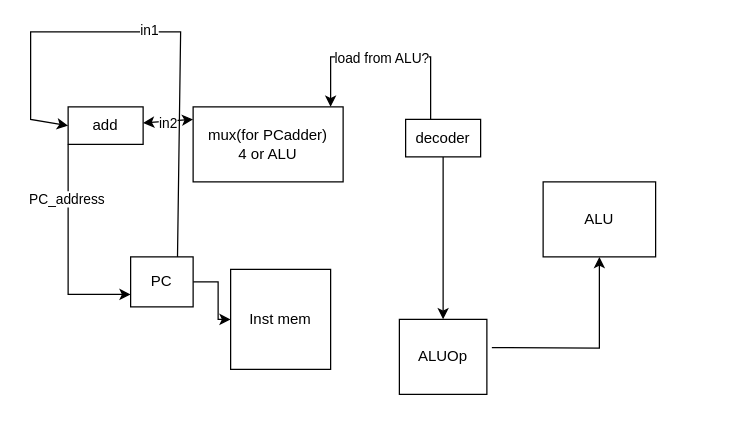
Earlier version of the draw.io diagram Others/ブロック線図.drawio (ShowyaTanaka/RISC-V_verilog). Source tidied: cells renumbered, new cells numbered last; positions are measured from the earlier drawing's top-left corner, leaving out a move shared by most shapes. Both pictures are drawn from the tidied source at 125%, with x=0, y=0 at pixel (30, 31).
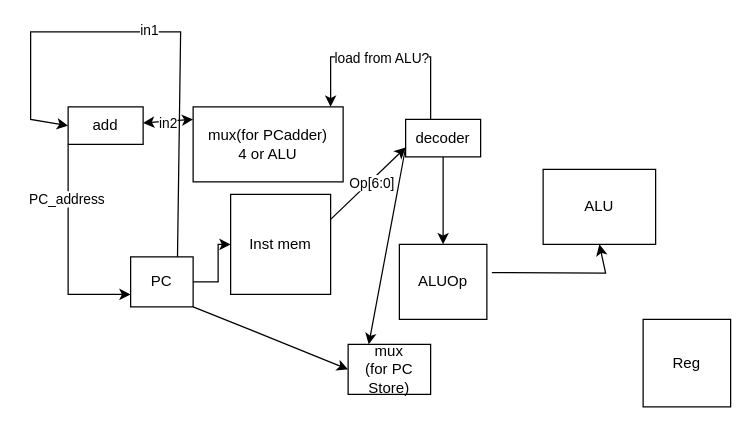
Above is the later version.

The change refers to these unchanged cells:
```xml
<mxCell id="3" value="PC" style="rounded=0;whiteSpace=wrap;html=1;" parent="1" vertex="1">
  <mxGeometry x="80" y="180" width="50" height="40" as="geometry" />
</mxCell>
<mxCell id="13" value="decoder" style="whiteSpace=wrap;html=1;" parent="1" vertex="1">
  <mxGeometry x="300" y="70" width="60" height="30" as="geometry" />
</mxCell>
```

Change to the diagram source:
```diff
@@
     <mxCell id="16" value="ALU" style="whiteSpace=wrap;html=1;" parent="1" vertex="1">
-      <mxGeometry x="410" y="120" width="90" height="60" as="geometry" />
+      <mxGeometry x="410" y="110" width="90" height="60" as="geometry" />
     </mxCell>
     <mxCell id="17" value="ALUOp" style="whiteSpace=wrap;html=1;" parent="1" vertex="1">
-      <mxGeometry x="295" y="230" width="70" height="60" as="geometry" />
+      <mxGeometry x="295" y="170" width="70" height="60" as="geometry" />
     </mxCell>
     <mxCell id="18" value="Inst mem" style="whiteSpace=wrap;html=1;" parent="1" vertex="1">
-      <mxGeometry x="160" y="190" width="80" height="80" as="geometry" />
+      <mxGeometry x="160" y="130" width="80" height="80" as="geometry" />
     </mxCell>
@@
     <mxCell id="20" style="endArrow=classic;html=1;rounded=0;exitX=1.057;exitY=0.375;exitDx=0;exitDy=0;exitPerimeter=0;entryX=0.5;entryY=1;entryDx=0;entryDy=0;" parent="1" edge="1" source="17" target="16">
       <mxGeometry relative="1" as="geometry">
         <Array as="points">
-          <mxPoint x="455" y="253" />
+          <mxPoint x="460" y="193" />
         </Array>
       </mxGeometry>
     </mxCell>
+    <mxCell id="21" style="endArrow=classic;html=1;rounded=0;exitX=1;exitY=0.25;exitDx=0;exitDy=0;entryX=0;entryY=0.75;entryDx=0;entryDy=0;" parent="1" edge="1" source="18" target="13">
+      <mxGeometry relative="1" as="geometry" />
+    </mxCell>
+    <mxCell id="22" value="Op[6:0]" style="edgeLabel;html=1;align=center;verticalAlign=middle;" parent="21" vertex="1">
+      <mxGeometry x="0.09" y="-2" relative="1" as="geometry">
+        <mxPoint x="-1" as="offset" />
+      </mxGeometry>
+    </mxCell>
+    <mxCell id="23" value="Reg" style="whiteSpace=wrap;html=1;" parent="1" vertex="1">
+      <mxGeometry x="490" y="230" width="70" height="70" as="geometry" />
+    </mxCell>
+    <mxCell id="24" value="mux&lt;br&gt;(for PC Store)" style="rounded=0;whiteSpace=wrap;html=1;" parent="1" vertex="1">
+      <mxGeometry x="254" y="250" width="66" height="40" as="geometry" />
+    </mxCell>
+    <mxCell id="25" style="endArrow=classic;html=1;rounded=0;exitX=1;exitY=1;exitDx=0;exitDy=0;entryX=0;entryY=0.5;entryDx=0;entryDy=0;" parent="1" edge="1" source="3" target="24">
+      <mxGeometry relative="1" as="geometry">
+        <Array as="points">
+          <mxPoint x="180" y="240" />
+        </Array>
+      </mxGeometry>
+    </mxCell>
+    <mxCell id="26" style="endArrow=classic;html=1;rounded=0;exitX=0;exitY=0.75;exitDx=0;exitDy=0;entryX=0.25;entryY=0;entryDx=0;entryDy=0;" parent="1" edge="1" source="13" target="24">
+      <mxGeometry relative="1" as="geometry" />
+    </mxCell>
```
